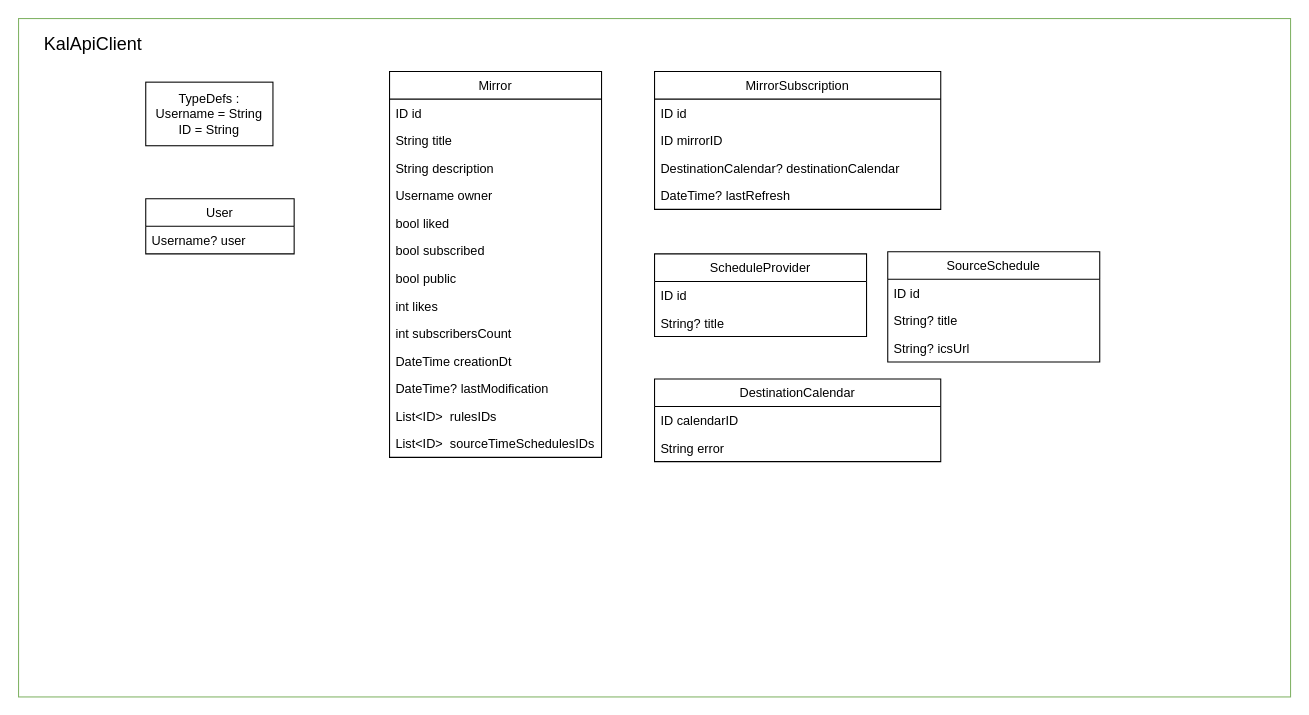
This is diagrams.drawio from SuperMuel/Kal, a draw.io file, before an edit. Source tidied: cells renumbered, new cells numbered last; positions are measured from the earlier drawing's top-left corner, leaving out a move shared by most shapes. Both pictures are drawn from the tidied source at 106%, with x=0, y=0 at pixel (18, 18).
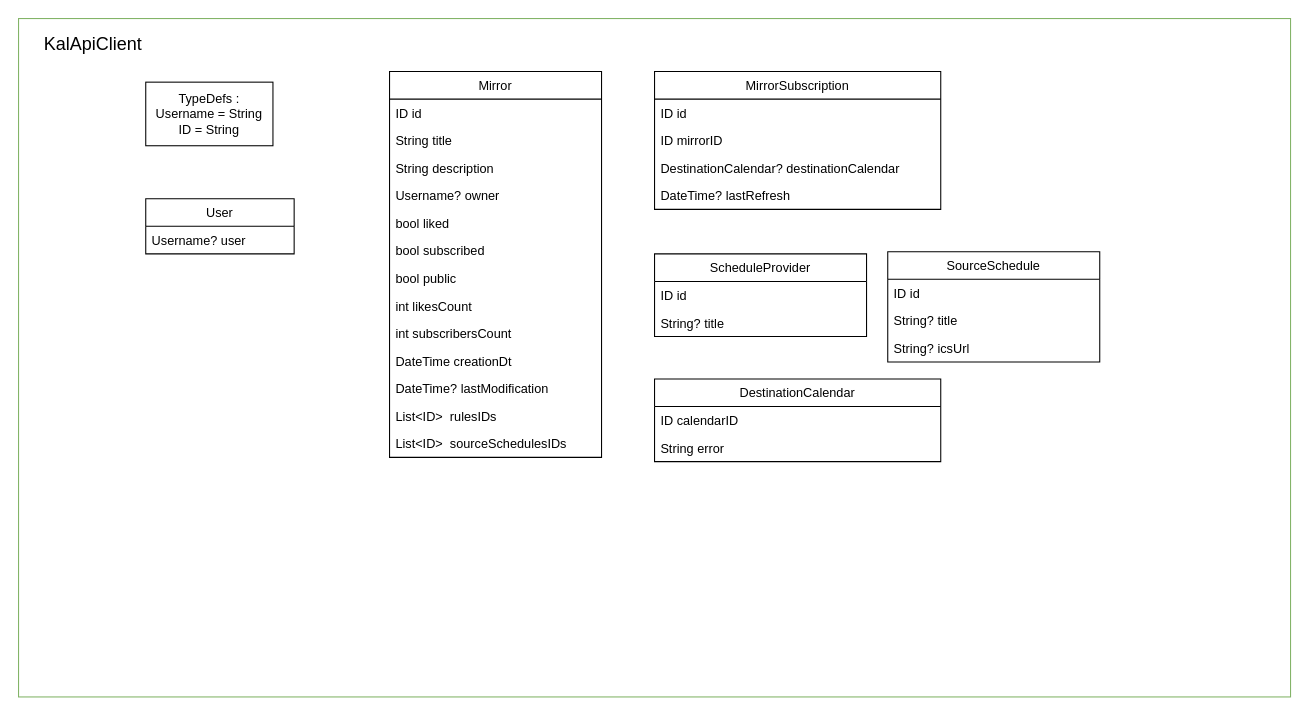
The same page after the edit.

Unchanged cells that the change refers to:
```xml
<mxCell id="3" value="Mirror" style="swimlane;fontStyle=0;horizontal=1;startSize=26;fillColor=none;" parent="1" vertex="1">
  <mxGeometry x="350" y="50" width="200" height="364" as="geometry" />
</mxCell>
```

What changed in the source:
```diff
@@
-    <mxCell id="7" value="Username owner" style="text;strokeColor=none;fillColor=none;align=left;verticalAlign=top;spacingLeft=4;spacingRight=4;overflow=hidden;" parent="3" vertex="1">
+    <mxCell id="7" value="Username? owner" style="text;strokeColor=none;fillColor=none;align=left;verticalAlign=top;spacingLeft=4;spacingRight=4;overflow=hidden;" parent="3" vertex="1">
       <mxGeometry y="104" width="200" height="26" as="geometry" />
     </mxCell>
@@
-    <mxCell id="11" value="int likes" style="text;strokeColor=none;fillColor=none;align=left;verticalAlign=top;spacingLeft=4;spacingRight=4;overflow=hidden;" parent="3" vertex="1">
+    <mxCell id="11" value="int likesCount" style="text;strokeColor=none;fillColor=none;align=left;verticalAlign=top;spacingLeft=4;spacingRight=4;overflow=hidden;" parent="3" vertex="1">
       <mxGeometry y="208" width="200" height="26" as="geometry" />
     </mxCell>
@@
-    <mxCell id="16" value="List&lt;ID&gt;  sourceTimeSchedulesIDs" style="text;strokeColor=none;fillColor=none;align=left;verticalAlign=top;spacingLeft=4;spacingRight=4;overflow=hidden;" parent="3" vertex="1">
+    <mxCell id="16" value="List&lt;ID&gt;  sourceSchedulesIDs" style="text;strokeColor=none;fillColor=none;align=left;verticalAlign=top;spacingLeft=4;spacingRight=4;overflow=hidden;" parent="3" vertex="1">
       <mxGeometry y="338" width="200" height="26" as="geometry" />
     </mxCell>
```
